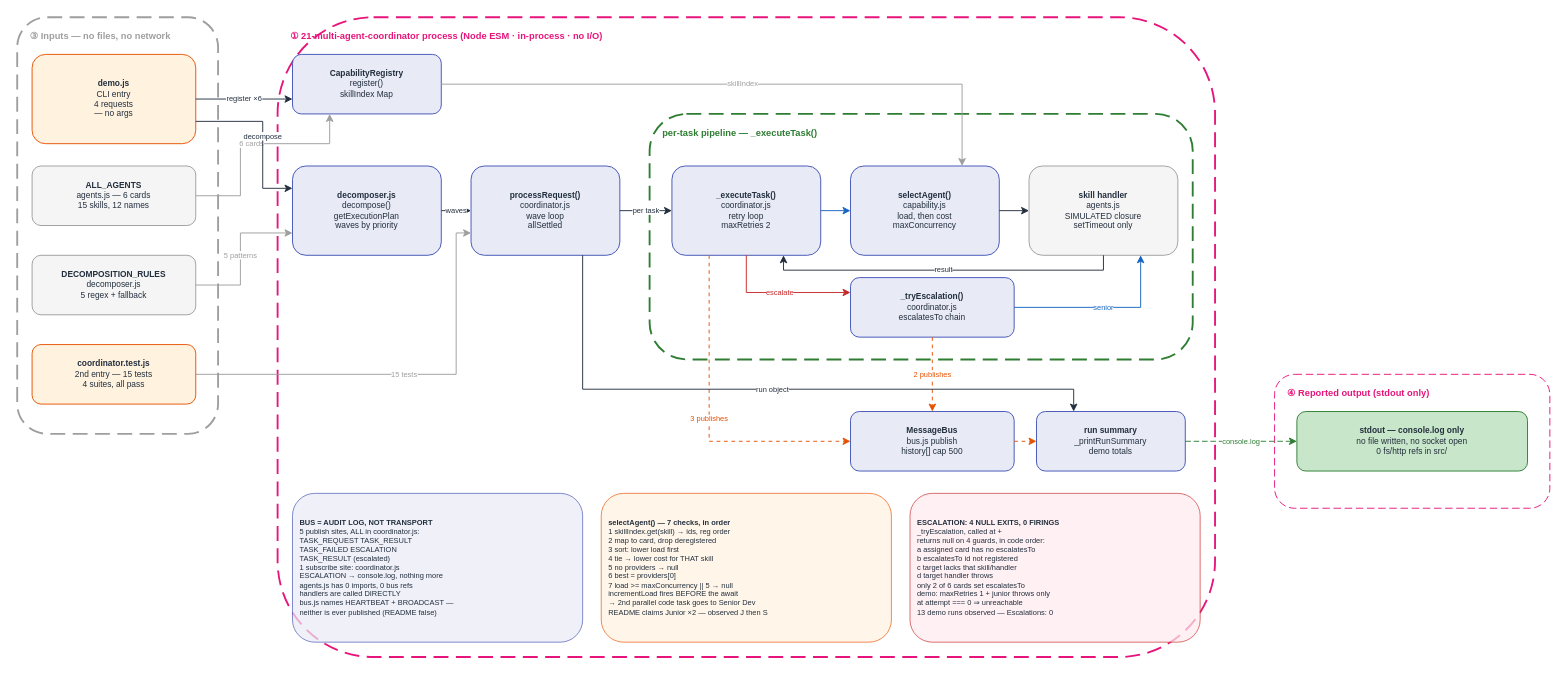
Before: docs/diagrams/coordinator_v1/HOA_Coordinator_v1.drawio in gmaheshraju/Hands-on-AgenticAI, a draw.io diagram. Source tidied: cells renumbered, new cells numbered last; positions are measured from the earlier drawing's top-left corner, leaving out a move shared by most shapes. Both pictures are drawn from the tidied source at 93%, with x=0, y=0 at pixel (17, 17).
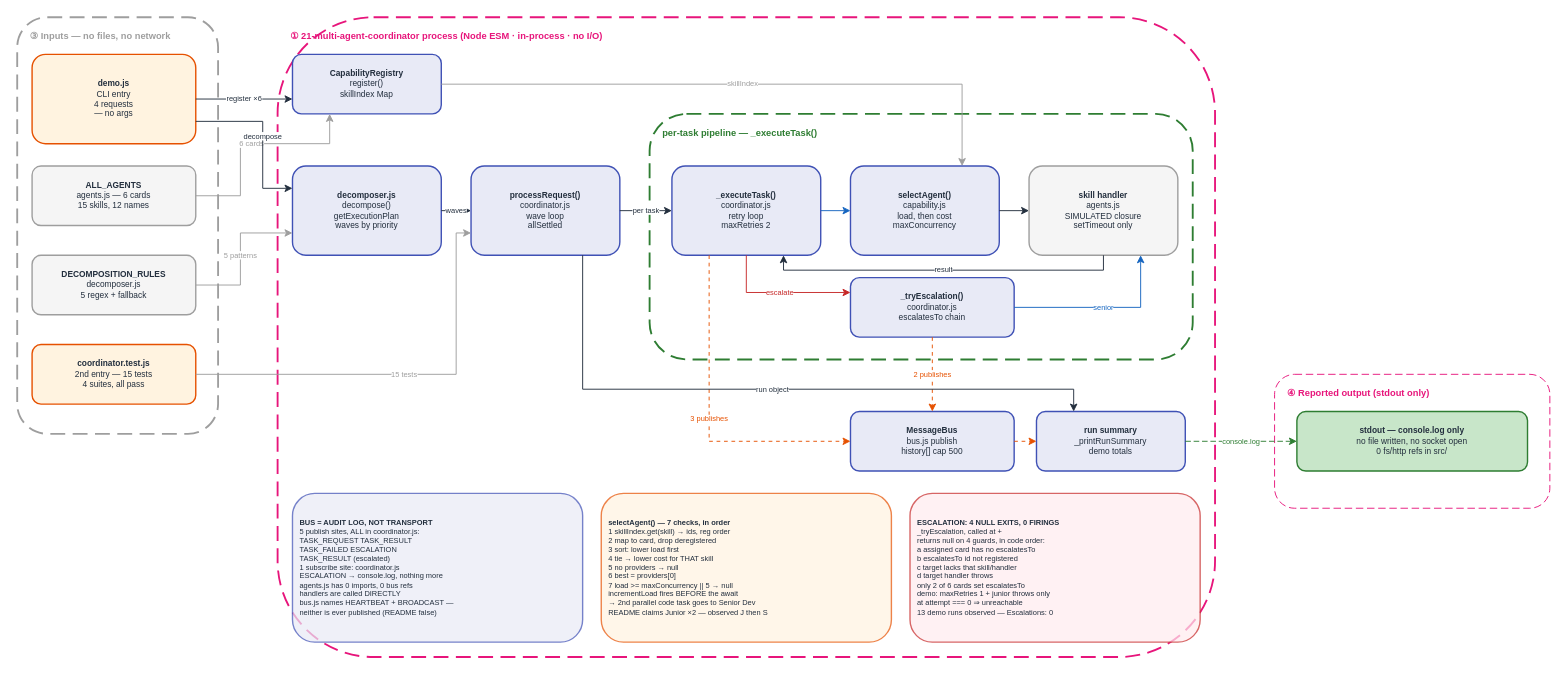
The same diagram, later.

Change to the diagram source:
```diff
@@
-    <mxCell id="10" value="&lt;b&gt;demo.js&lt;/b&gt;&lt;br&gt;CLI entry&lt;br&gt;4 requests&lt;br&gt; — no args" style="rounded=1;fillColor=#FFF3E0;strokeColor=#E65100;fontSize=9;fontColor=#232F3E;html=1;whiteSpace=wrap;align=center;" parent="1" vertex="1">
+    <mxCell id="10" value="&lt;b&gt;demo.js&lt;/b&gt;&lt;br&gt;CLI entry&lt;br&gt;4 requests&lt;br&gt; — no args" style="rounded=1;fillColor=#FFF3E0;strokeColor=#E65100;strokeWidth=1.5;fontSize=9;fontColor=#232F3E;html=1;whiteSpace=wrap;align=center;" parent="1" vertex="1">
       <mxGeometry x="16" y="40" width="176" height="96" as="geometry" />
     </mxCell>
-    <mxCell id="11" value="&lt;b&gt;ALL_AGENTS&lt;/b&gt;&lt;br&gt;agents.js — 6 cards&lt;br&gt;15 skills, 12 names" style="rounded=1;fillColor=#F5F5F5;strokeColor=#9E9E9E;fontSize=9;fontColor=#232F3E;html=1;whiteSpace=wrap;align=center;" parent="1" vertex="1">
+    <mxCell id="11" value="&lt;b&gt;ALL_AGENTS&lt;/b&gt;&lt;br&gt;agents.js — 6 cards&lt;br&gt;15 skills, 12 names" style="rounded=1;fillColor=#F5F5F5;strokeColor=#9E9E9E;strokeWidth=1.5;fontSize=9;fontColor=#232F3E;html=1;whiteSpace=wrap;align=center;" parent="1" vertex="1">
       <mxGeometry x="16" y="160" width="176" height="64" as="geometry" />
     </mxCell>
-    <mxCell id="12" value="&lt;b&gt;DECOMPOSITION_RULES&lt;/b&gt;&lt;br&gt;decomposer.js&lt;br&gt;5 regex + fallback" style="rounded=1;fillColor=#F5F5F5;strokeColor=#9E9E9E;fontSize=9;fontColor=#232F3E;html=1;whiteSpace=wrap;align=center;" parent="1" vertex="1">
+    <mxCell id="12" value="&lt;b&gt;DECOMPOSITION_RULES&lt;/b&gt;&lt;br&gt;decomposer.js&lt;br&gt;5 regex + fallback" style="rounded=1;fillColor=#F5F5F5;strokeColor=#9E9E9E;strokeWidth=1.5;fontSize=9;fontColor=#232F3E;html=1;whiteSpace=wrap;align=center;" parent="1" vertex="1">
       <mxGeometry x="16" y="256" width="176" height="64" as="geometry" />
     </mxCell>
-    <mxCell id="13" value="&lt;b&gt;coordinator.test.js&lt;/b&gt;&lt;br&gt;2nd entry — 15 tests&lt;br&gt;4 suites, all pass" style="rounded=1;fillColor=#FFF3E0;strokeColor=#E65100;fontSize=9;fontColor=#232F3E;html=1;whiteSpace=wrap;align=center;" parent="1" vertex="1">
+    <mxCell id="13" value="&lt;b&gt;coordinator.test.js&lt;/b&gt;&lt;br&gt;2nd entry — 15 tests&lt;br&gt;4 suites, all pass" style="rounded=1;fillColor=#FFF3E0;strokeColor=#E65100;strokeWidth=1.5;fontSize=9;fontColor=#232F3E;html=1;whiteSpace=wrap;align=center;" parent="1" vertex="1">
       <mxGeometry x="16" y="352" width="176" height="64" as="geometry" />
     </mxCell>
-    <mxCell id="14" value="&lt;b&gt;CapabilityRegistry&lt;/b&gt;&lt;br&gt;register()&lt;br&gt;skillIndex Map" style="rounded=1;fillColor=#E8EAF6;strokeColor=#3F51B5;fontSize=9;fontColor=#232F3E;html=1;whiteSpace=wrap;align=center;" parent="1" vertex="1">
+    <mxCell id="14" value="&lt;b&gt;CapabilityRegistry&lt;/b&gt;&lt;br&gt;register()&lt;br&gt;skillIndex Map" style="rounded=1;fillColor=#E8EAF6;strokeColor=#3F51B5;strokeWidth=1.5;fontSize=9;fontColor=#232F3E;html=1;whiteSpace=wrap;align=center;" parent="1" vertex="1">
       <mxGeometry x="296" y="40" width="160" height="64" as="geometry" />
     </mxCell>
-    <mxCell id="15" value="&lt;b&gt;decomposer.js&lt;/b&gt;&lt;br&gt;decompose()&lt;br&gt;getExecutionPlan&lt;br&gt;waves by priority" style="rounded=1;fillColor=#E8EAF6;strokeColor=#3F51B5;fontSize=9;fontColor=#232F3E;html=1;whiteSpace=wrap;align=center;" parent="1" vertex="1">
+    <mxCell id="15" value="&lt;b&gt;decomposer.js&lt;/b&gt;&lt;br&gt;decompose()&lt;br&gt;getExecutionPlan&lt;br&gt;waves by priority" style="rounded=1;fillColor=#E8EAF6;strokeColor=#3F51B5;strokeWidth=1.5;fontSize=9;fontColor=#232F3E;html=1;whiteSpace=wrap;align=center;" parent="1" vertex="1">
       <mxGeometry x="296" y="160" width="160" height="96" as="geometry" />
     </mxCell>
-    <mxCell id="16" value="&lt;b&gt;processRequest()&lt;/b&gt;&lt;br&gt;coordinator.js&lt;br&gt;wave loop&lt;br&gt;allSettled" style="rounded=1;fillColor=#E8EAF6;strokeColor=#3F51B5;fontSize=9;fontColor=#232F3E;html=1;whiteSpace=wrap;align=center;" parent="1" vertex="1">
+    <mxCell id="16" value="&lt;b&gt;processRequest()&lt;/b&gt;&lt;br&gt;coordinator.js&lt;br&gt;wave loop&lt;br&gt;allSettled" style="rounded=1;fillColor=#E8EAF6;strokeColor=#3F51B5;strokeWidth=1.5;fontSize=9;fontColor=#232F3E;html=1;whiteSpace=wrap;align=center;" parent="1" vertex="1">
       <mxGeometry x="488" y="160" width="160" height="96" as="geometry" />
     </mxCell>
-    <mxCell id="17" value="&lt;b&gt;_executeTask()&lt;/b&gt;&lt;br&gt;coordinator.js&lt;br&gt;retry loop&lt;br&gt;maxRetries 2" style="rounded=1;fillColor=#E8EAF6;strokeColor=#3F51B5;fontSize=9;fontColor=#232F3E;html=1;whiteSpace=wrap;align=center;" parent="1" vertex="1">
+    <mxCell id="17" value="&lt;b&gt;_executeTask()&lt;/b&gt;&lt;br&gt;coordinator.js&lt;br&gt;retry loop&lt;br&gt;maxRetries 2" style="rounded=1;fillColor=#E8EAF6;strokeColor=#3F51B5;strokeWidth=1.5;fontSize=9;fontColor=#232F3E;html=1;whiteSpace=wrap;align=center;" parent="1" vertex="1">
       <mxGeometry x="704" y="160" width="160" height="96" as="geometry" />
     </mxCell>
-    <mxCell id="18" value="&lt;b&gt;selectAgent()&lt;/b&gt;&lt;br&gt;capability.js&lt;br&gt;load, then cost&lt;br&gt;maxConcurrency" style="rounded=1;fillColor=#E8EAF6;strokeColor=#3F51B5;fontSize=9;fontColor=#232F3E;html=1;whiteSpace=wrap;align=center;" parent="1" vertex="1">
+    <mxCell id="18" value="&lt;b&gt;selectAgent()&lt;/b&gt;&lt;br&gt;capability.js&lt;br&gt;load, then cost&lt;br&gt;maxConcurrency" style="rounded=1;fillColor=#E8EAF6;strokeColor=#3F51B5;strokeWidth=1.5;fontSize=9;fontColor=#232F3E;html=1;whiteSpace=wrap;align=center;" parent="1" vertex="1">
       <mxGeometry x="896" y="160" width="160" height="96" as="geometry" />
     </mxCell>
-    <mxCell id="19" value="&lt;b&gt;skill handler&lt;/b&gt;&lt;br&gt;agents.js&lt;br&gt;SIMULATED closure&lt;br&gt;setTimeout only" style="rounded=1;fillColor=#F5F5F5;strokeColor=#9E9E9E;fontSize=9;fontColor=#232F3E;html=1;whiteSpace=wrap;align=center;" parent="1" vertex="1">
+    <mxCell id="19" value="&lt;b&gt;skill handler&lt;/b&gt;&lt;br&gt;agents.js&lt;br&gt;SIMULATED closure&lt;br&gt;setTimeout only" style="rounded=1;fillColor=#F5F5F5;strokeColor=#9E9E9E;strokeWidth=1.5;fontSize=9;fontColor=#232F3E;html=1;whiteSpace=wrap;align=center;" parent="1" vertex="1">
       <mxGeometry x="1088" y="160" width="160" height="96" as="geometry" />
     </mxCell>
-    <mxCell id="20" value="&lt;b&gt;_tryEscalation()&lt;/b&gt;&lt;br&gt;coordinator.js&lt;br&gt;escalatesTo chain" style="rounded=1;fillColor=#E8EAF6;strokeColor=#3F51B5;fontSize=9;fontColor=#232F3E;html=1;whiteSpace=wrap;align=center;" parent="1" vertex="1">
+    <mxCell id="20" value="&lt;b&gt;_tryEscalation()&lt;/b&gt;&lt;br&gt;coordinator.js&lt;br&gt;escalatesTo chain" style="rounded=1;fillColor=#E8EAF6;strokeColor=#3F51B5;strokeWidth=1.5;fontSize=9;fontColor=#232F3E;html=1;whiteSpace=wrap;align=center;" parent="1" vertex="1">
       <mxGeometry x="896" y="280" width="176" height="64" as="geometry" />
     </mxCell>
-    <mxCell id="21" value="&lt;b&gt;MessageBus&lt;/b&gt;&lt;br&gt;bus.js publish&lt;br&gt;history[] cap 500" style="rounded=1;fillColor=#E8EAF6;strokeColor=#3F51B5;fontSize=9;fontColor=#232F3E;html=1;whiteSpace=wrap;align=center;" parent="1" vertex="1">
+    <mxCell id="21" value="&lt;b&gt;MessageBus&lt;/b&gt;&lt;br&gt;bus.js publish&lt;br&gt;history[] cap 500" style="rounded=1;fillColor=#E8EAF6;strokeColor=#3F51B5;strokeWidth=1.5;fontSize=9;fontColor=#232F3E;html=1;whiteSpace=wrap;align=center;" parent="1" vertex="1">
       <mxGeometry x="896" y="424" width="176" height="64" as="geometry" />
     </mxCell>
-    <mxCell id="22" value="&lt;b&gt;run summary&lt;/b&gt;&lt;br&gt;_printRunSummary&lt;br&gt;demo totals" style="rounded=1;fillColor=#E8EAF6;strokeColor=#3F51B5;fontSize=9;fontColor=#232F3E;html=1;whiteSpace=wrap;align=center;" parent="1" vertex="1">
+    <mxCell id="22" value="&lt;b&gt;run summary&lt;/b&gt;&lt;br&gt;_printRunSummary&lt;br&gt;demo totals" style="rounded=1;fillColor=#E8EAF6;strokeColor=#3F51B5;strokeWidth=1.5;fontSize=9;fontColor=#232F3E;html=1;whiteSpace=wrap;align=center;" parent="1" vertex="1">
       <mxGeometry x="1096" y="424" width="160" height="64" as="geometry" />
     </mxCell>
-    <mxCell id="23" value="&lt;b&gt;stdout — console.log only&lt;/b&gt;&lt;br&gt;no file written, no socket open&lt;br&gt;0 fs/http refs in src/" style="rounded=1;fillColor=#C8E6C9;strokeColor=#2E7D32;fontSize=9;fontColor=#232F3E;html=1;whiteSpace=wrap;align=center;" parent="1" vertex="1">
+    <mxCell id="23" value="&lt;b&gt;stdout — console.log only&lt;/b&gt;&lt;br&gt;no file written, no socket open&lt;br&gt;0 fs/http refs in src/" style="rounded=1;fillColor=#C8E6C9;strokeColor=#2E7D32;strokeWidth=1.5;fontSize=9;fontColor=#232F3E;html=1;whiteSpace=wrap;align=center;" parent="1" vertex="1">
       <mxGeometry x="1376" y="424" width="248" height="64" as="geometry" />
     </mxCell>
-    <mxCell id="24" value="&lt;b&gt;BUS = AUDIT LOG, NOT TRANSPORT&lt;/b&gt;&lt;br&gt;5 publish sites, ALL in coordinator.js:&lt;br&gt; TASK_REQUEST TASK_RESULT&lt;br&gt; TASK_FAILED ESCALATION&lt;br&gt; TASK_RESULT (escalated)&lt;br&gt;1 subscribe site: coordinator.js&lt;br&gt; ESCALATION → console.log, nothing more&lt;br&gt;agents.js has 0 imports, 0 bus refs&lt;br&gt;handlers are called DIRECTLY&lt;br&gt;bus.js names HEARTBEAT + BROADCAST —&lt;br&gt;neither is ever published (README false)" style="rounded=1;fillColor=#E8EAF6;strokeColor=#3F51B5;fontSize=8;fontColor=#232F3E;html=1;whiteSpace=wrap;align=left;spacingLeft=6;opacity=70;" parent="1" vertex="1">
+    <mxCell id="24" value="&lt;b&gt;BUS = AUDIT LOG, NOT TRANSPORT&lt;/b&gt;&lt;br&gt;5 publish sites, ALL in coordinator.js:&lt;br&gt; TASK_REQUEST TASK_RESULT&lt;br&gt; TASK_FAILED ESCALATION&lt;br&gt; TASK_RESULT (escalated)&lt;br&gt;1 subscribe site: coordinator.js&lt;br&gt; ESCALATION → console.log, nothing more&lt;br&gt;agents.js has 0 imports, 0 bus refs&lt;br&gt;handlers are called DIRECTLY&lt;br&gt;bus.js names HEARTBEAT + BROADCAST —&lt;br&gt;neither is ever published (README false)" style="rounded=1;fillColor=#E8EAF6;strokeColor=#3F51B5;strokeWidth=1.5;fontSize=8;fontColor=#232F3E;html=1;whiteSpace=wrap;align=left;spacingLeft=6;opacity=70;" parent="1" vertex="1">
       <mxGeometry x="296" y="512" width="312" height="160" as="geometry" />
     </mxCell>
-    <mxCell id="25" value="&lt;b&gt;selectAgent() — 7 checks, in order&lt;/b&gt;&lt;br&gt;1 skillIndex.get(skill) → ids, reg order&lt;br&gt;2 map to card, drop deregistered&lt;br&gt;3 sort: lower load first&lt;br&gt;4 tie → lower cost for THAT skill&lt;br&gt;5 no providers → null&lt;br&gt;6 best = providers[0]&lt;br&gt;7 load &amp;gt;= maxConcurrency || 5 → null&lt;br&gt;incrementLoad fires BEFORE the await&lt;br&gt;→ 2nd parallel code task goes to Senior Dev&lt;br&gt;README claims Junior ×2 — observed J then S" style="rounded=1;fillColor=#FFF3E0;strokeColor=#E65100;fontSize=8;fontColor=#232F3E;html=1;whiteSpace=wrap;align=left;spacingLeft=6;opacity=70;" parent="1" vertex="1">
+    <mxCell id="25" value="&lt;b&gt;selectAgent() — 7 checks, in order&lt;/b&gt;&lt;br&gt;1 skillIndex.get(skill) → ids, reg order&lt;br&gt;2 map to card, drop deregistered&lt;br&gt;3 sort: lower load first&lt;br&gt;4 tie → lower cost for THAT skill&lt;br&gt;5 no providers → null&lt;br&gt;6 best = providers[0]&lt;br&gt;7 load &amp;gt;= maxConcurrency || 5 → null&lt;br&gt;incrementLoad fires BEFORE the await&lt;br&gt;→ 2nd parallel code task goes to Senior Dev&lt;br&gt;README claims Junior ×2 — observed J then S" style="rounded=1;fillColor=#FFF3E0;strokeColor=#E65100;strokeWidth=1.5;fontSize=8;fontColor=#232F3E;html=1;whiteSpace=wrap;align=left;spacingLeft=6;opacity=70;" parent="1" vertex="1">
       <mxGeometry x="628" y="512" width="312" height="160" as="geometry" />
     </mxCell>
-    <mxCell id="26" value="&lt;b&gt;ESCALATION: 4 NULL EXITS, 0 FIRINGS&lt;/b&gt;&lt;br&gt;_tryEscalation, called at +&lt;br&gt;returns null on 4 guards, in code order:&lt;br&gt; a assigned card has no escalatesTo&lt;br&gt; b escalatesTo id not registered&lt;br&gt; c target lacks that skill/handler&lt;br&gt; d target handler throws&lt;br&gt;only 2 of 6 cards set escalatesTo&lt;br&gt;demo: maxRetries 1 + junior throws only&lt;br&gt;at attempt === 0 ⇒ unreachable&lt;br&gt;13 demo runs observed — Escalations: 0" style="rounded=1;fillColor=#FFEBEE;strokeColor=#C62828;fontSize=8;fontColor=#232F3E;html=1;whiteSpace=wrap;align=left;spacingLeft=6;opacity=70;" parent="1" vertex="1">
+    <mxCell id="26" value="&lt;b&gt;ESCALATION: 4 NULL EXITS, 0 FIRINGS&lt;/b&gt;&lt;br&gt;_tryEscalation, called at +&lt;br&gt;returns null on 4 guards, in code order:&lt;br&gt; a assigned card has no escalatesTo&lt;br&gt; b escalatesTo id not registered&lt;br&gt; c target lacks that skill/handler&lt;br&gt; d target handler throws&lt;br&gt;only 2 of 6 cards set escalatesTo&lt;br&gt;demo: maxRetries 1 + junior throws only&lt;br&gt;at attempt === 0 ⇒ unreachable&lt;br&gt;13 demo runs observed — Escalations: 0" style="rounded=1;fillColor=#FFEBEE;strokeColor=#C62828;strokeWidth=1.5;fontSize=8;fontColor=#232F3E;html=1;whiteSpace=wrap;align=left;spacingLeft=6;opacity=70;" parent="1" vertex="1">
       <mxGeometry x="960" y="512" width="312" height="160" as="geometry" />
     </mxCell>
```
